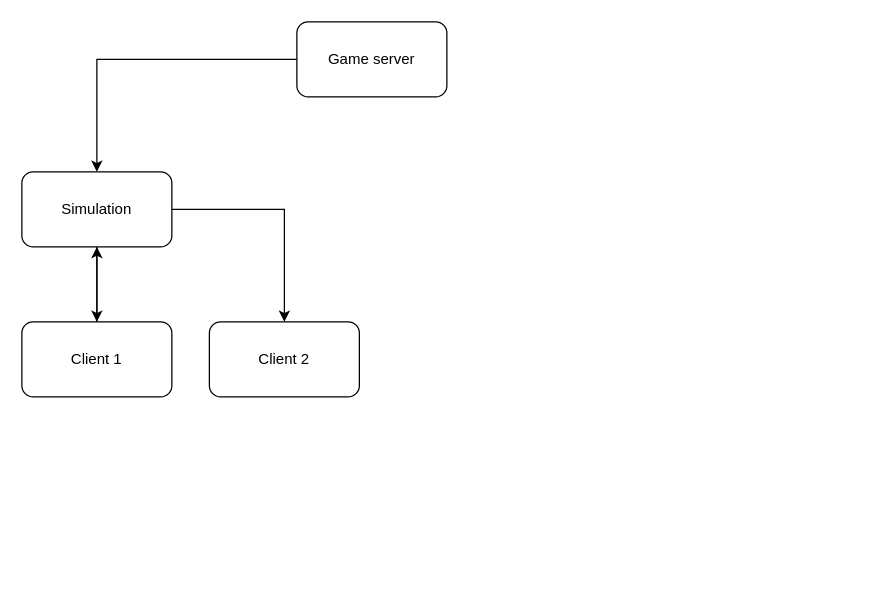
Above: Game server.drawio in sivagit/diagrams (draw.io), before the change. Source tidied: cells renumbered, new cells numbered last; positions are measured from the earlier drawing's top-left corner, leaving out a move shared by most shapes. Both pictures are drawn from the tidied source at 125%, with x=0, y=0 at pixel (21, 21).
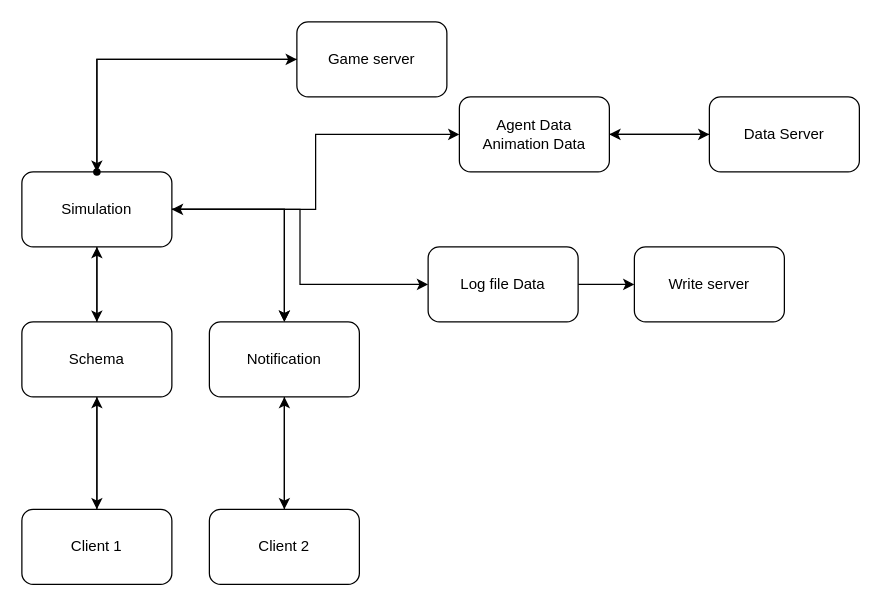
The same diagram, later.

The change refers to these unchanged cells:
```xml
<mxCell id="3" value="Game server" style="rounded=1;whiteSpace=wrap;html=1;" parent="1" vertex="1">
  <mxGeometry x="220" width="120" height="60" as="geometry" />
</mxCell>
```

What changed in the source:
```diff
@@
+    <mxCell id="10" style="edgeStyle=orthogonalEdgeStyle;rounded=0;jettySize=auto;html=1;entryX=0;entryY=0.5;entryDx=0;entryDy=0;" parent="1" edge="1" source="6" target="20">
+      <mxGeometry relative="1" as="geometry" />
+    </mxCell>
+    <mxCell id="11" style="edgeStyle=orthogonalEdgeStyle;rounded=0;jettySize=auto;html=1;entryX=0;entryY=0.5;entryDx=0;entryDy=0;" parent="1" edge="1" source="6" target="17">
+      <mxGeometry relative="1" as="geometry" />
+    </mxCell>
+    <mxCell id="12" style="edgeStyle=orthogonalEdgeStyle;rounded=0;jettySize=auto;html=1;entryX=0;entryY=0.5;entryDx=0;entryDy=0;" parent="1" edge="1" source="6" target="3">
+      <mxGeometry relative="1" as="geometry">
+        <Array as="points">
+          <mxPoint x="60" y="30" />
+        </Array>
+      </mxGeometry>
+    </mxCell>
-    <mxCell id="6" value="Simulation" style="rounded=1;whiteSpace=wrap;html=1;" parent="1" vertex="1">
+    <mxCell id="6" value="Simulation" style="rounded=1;whiteSpace=wrap;html=1;direction=east;" parent="1" vertex="1">
       <mxGeometry y="120" width="120" height="60" as="geometry" />
     </mxCell>
@@
+    <mxCell id="13" style="edgeStyle=orthogonalEdgeStyle;rounded=0;jettySize=auto;html=1;" parent="1" edge="1" source="8" target="22">
+      <mxGeometry relative="1" as="geometry" />
+    </mxCell>
-    <mxCell id="8" value="Client 1" style="rounded=1;whiteSpace=wrap;html=1;" parent="1" vertex="1">
+    <mxCell id="8" value="Schema" style="rounded=1;whiteSpace=wrap;html=1;" parent="1" vertex="1">
       <mxGeometry y="240" width="120" height="60" as="geometry" />
     </mxCell>
+    <mxCell id="14" style="edgeStyle=orthogonalEdgeStyle;rounded=0;jettySize=auto;html=1;entryX=0.5;entryY=0;entryDx=0;entryDy=0;" parent="1" edge="1" source="9" target="24">
+      <mxGeometry relative="1" as="geometry" />
+    </mxCell>
-    <mxCell id="9" value="Client 2" style="rounded=1;whiteSpace=wrap;html=1;" parent="1" vertex="1">
+    <mxCell id="9" value="Notification" style="rounded=1;whiteSpace=wrap;html=1;" parent="1" vertex="1">
       <mxGeometry x="150" y="240" width="120" height="60" as="geometry" />
     </mxCell>
+    <mxCell id="15" style="endArrow=classic;startArrow=classic;html=1;rounded=0;exitX=1;exitY=0.5;exitDx=0;exitDy=0;entryX=0.5;entryY=0;entryDx=0;entryDy=0;" parent="1" edge="1" source="6" target="9">
+      <mxGeometry relative="1" as="geometry">
+        <Array as="points">
+          <mxPoint x="210" y="150" />
+        </Array>
+      </mxGeometry>
+    </mxCell>
+    <mxCell id="16" style="edgeStyle=orthogonalEdgeStyle;rounded=0;jettySize=auto;html=1;entryX=0;entryY=0.5;entryDx=0;entryDy=0;" parent="1" edge="1" source="17" target="27">
+      <mxGeometry relative="1" as="geometry" />
+    </mxCell>
+    <mxCell id="17" value="Agent Data&lt;br&gt;Animation Data" style="rounded=1;whiteSpace=wrap;html=1;" parent="1" vertex="1">
+      <mxGeometry x="350" y="60" width="120" height="60" as="geometry" />
+    </mxCell>
+    <mxCell id="18" style="shape=waypoint;sketch=0;size=6;fillColor=default;perimeter=centerPerimeter;rounded=1;" parent="1" vertex="1">
+      <mxGeometry x="40" y="100" width="40" height="40" as="geometry" />
+    </mxCell>
+    <mxCell id="19" style="edgeStyle=orthogonalEdgeStyle;rounded=0;jettySize=auto;html=1;entryX=0;entryY=0.5;entryDx=0;entryDy=0;" parent="1" edge="1" source="20" target="25">
+      <mxGeometry relative="1" as="geometry" />
+    </mxCell>
+    <mxCell id="20" value="Log file Data" style="rounded=1;whiteSpace=wrap;html=1;" parent="1" vertex="1">
+      <mxGeometry x="325" y="180" width="120" height="60" as="geometry" />
+    </mxCell>
+    <mxCell id="21" style="edgeStyle=orthogonalEdgeStyle;rounded=0;jettySize=auto;html=1;" parent="1" edge="1" source="22" target="8">
+      <mxGeometry relative="1" as="geometry" />
+    </mxCell>
+    <mxCell id="22" value="Client 1" style="rounded=1;whiteSpace=wrap;html=1;" parent="1" vertex="1">
+      <mxGeometry y="390" width="120" height="60" as="geometry" />
+    </mxCell>
+    <mxCell id="23" style="edgeStyle=orthogonalEdgeStyle;rounded=0;jettySize=auto;html=1;" parent="1" edge="1" source="24" target="9">
+      <mxGeometry relative="1" as="geometry" />
+    </mxCell>
+    <mxCell id="24" value="Client 2" style="rounded=1;whiteSpace=wrap;html=1;" parent="1" vertex="1">
+      <mxGeometry x="150" y="390" width="120" height="60" as="geometry" />
+    </mxCell>
+    <mxCell id="25" value="Write server" style="rounded=1;whiteSpace=wrap;html=1;" parent="1" vertex="1">
+      <mxGeometry x="490" y="180" width="120" height="60" as="geometry" />
+    </mxCell>
+    <mxCell id="26" style="edgeStyle=orthogonalEdgeStyle;rounded=0;jettySize=auto;html=1;" parent="1" edge="1" source="27" target="17">
+      <mxGeometry relative="1" as="geometry" />
+    </mxCell>
+    <mxCell id="27" value="Data Server" style="rounded=1;whiteSpace=wrap;html=1;" parent="1" vertex="1">
+      <mxGeometry x="550" y="60" width="120" height="60" as="geometry" />
+    </mxCell>
```
